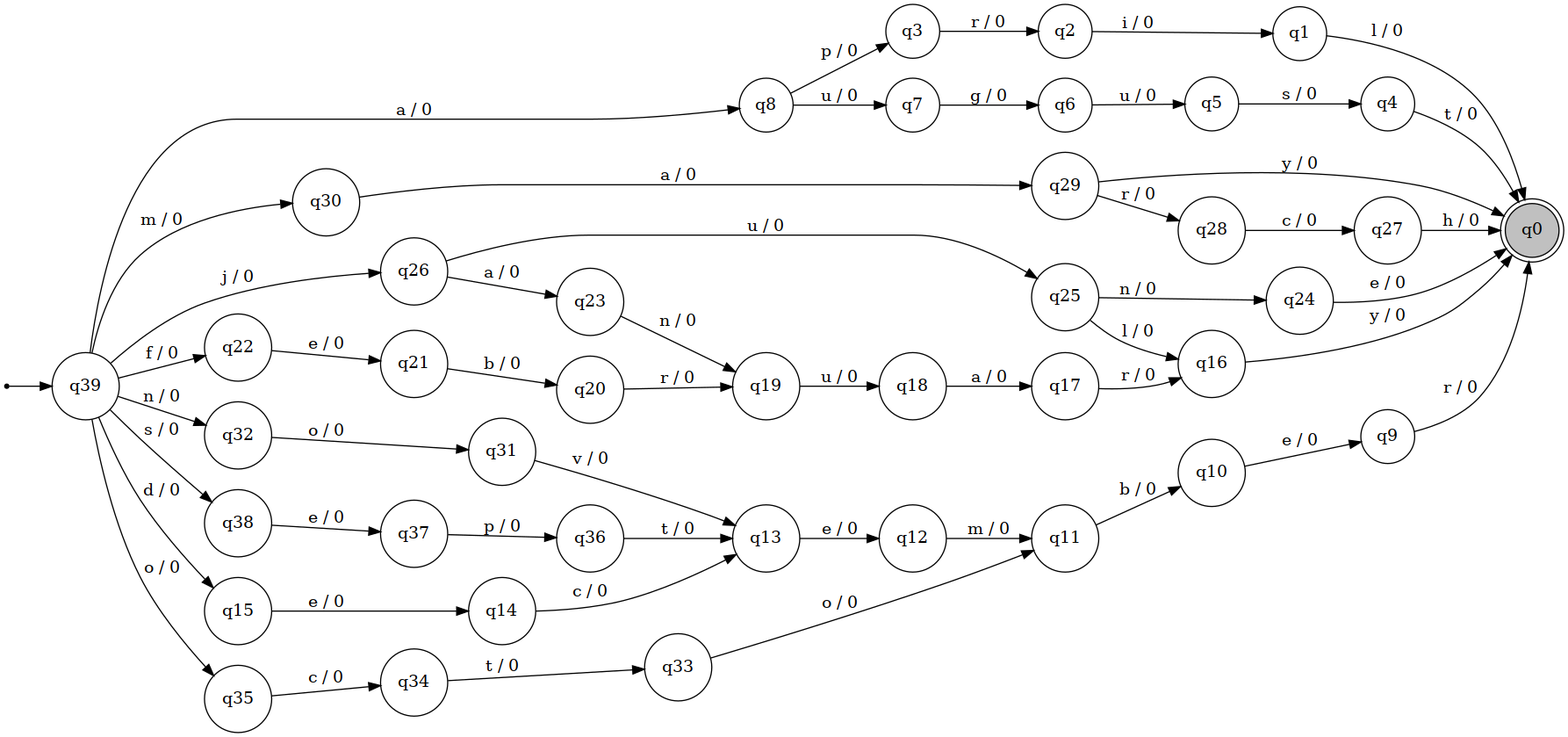
Earlier version of the Graphviz export graphs/poc_mast.png (lucasll37/CTC-34). Its source is kept beside it as graphs/graphViz/poc_mast.dot.
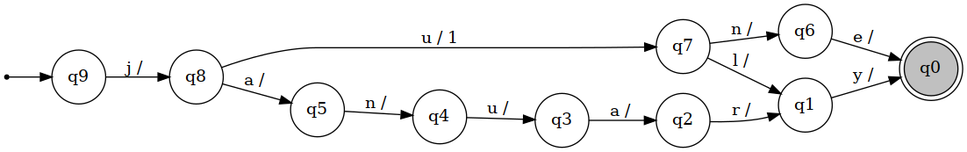
After the commit.

Diff of the diagram source:
```diff
@@ -3,97 +3,28 @@
 charset="utf8";
 node [shape=circle];
 ini [shape=point];
-ini -> q39;
-	q38 [label="q38"];
-	q37 [label="q37"];
-	q36 [label="q36"];
-	q31 [label="q31"];
+ini -> q9;
 	q9 [label="q9"];
-	q12 [label="q12"];
-	q13 [label="q13"];
-	q24 [label="q24"];
-	q10 [label="q10"];
 	q8 [label="q8"];
-	q29 [label="q29"];
+	q6 [label="q6"];
 	q7 [label="q7"];
-	q33 [label="q33"];
-	q6 [label="q6"];
 	q4 [label="q4"];
-	q32 [label="q32"];
+	q5 [label="q5"];
+	q3 [label="q3"];
 	q2 [label="q2"];
-	q14 [label="q14"];
-	q5 [label="q5"];
 	q1 [label="q1"];
 	q0 [label="q0"];
 	q0 [shape=doublecircle];
 	q0 [style=filled fillcolor=gray];
-	q27 [label="q27"];
-	q15 [label="q15"];
-	q16 [label="q16"];
-	q17 [label="q17"];
-	q30 [label="q30"];
-	q18 [label="q18"];
-	q26 [label="q26"];
-	q34 [label="q34"];
-	q3 [label="q3"];
-	q19 [label="q19"];
-	q20 [label="q20"];
-	q21 [label="q21"];
-	q22 [label="q22"];
-	q35 [label="q35"];
-	q23 [label="q23"];
-	q39 [label="q39"];
-	q11 [label="q11"];
-	q25 [label="q25"];
-	q28 [label="q28"];
-	q38 -> q37 [label="e / 0"];
-	q37 -> q36 [label="p / 0"];
-	q36 -> q13 [label="t / 0"];
-	q31 -> q13 [label="v / 0"];
-	q9 -> q0 [label="r / 0"];
-	q12 -> q11 [label="m / 0"];
-	q13 -> q12 [label="e / 0"];
-	q24 -> q0 [label="e / 0"];
-	q10 -> q9 [label="e / 0"];
-	q8 -> q3 [label="p / 0"];
-	q8 -> q7 [label="u / 0"];
-	q29 -> q28 [label="r / 0"];
-	q29 -> q0 [label="y / 0"];
-	q7 -> q6 [label="g / 0"];
-	q33 -> q11 [label="o / 0"];
-	q6 -> q5 [label="u / 0"];
-	q4 -> q0 [label="t / 0"];
-	q32 -> q31 [label="o / 0"];
-	q2 -> q1 [label="i / 0"];
-	q14 -> q13 [label="c / 0"];
-	q5 -> q4 [label="s / 0"];
-	q1 -> q0 [label="l / 0"];
-	q27 -> q0 [label="h / 0"];
-	q15 -> q14 [label="e / 0"];
-	q16 -> q0 [label="y / 0"];
-	q17 -> q16 [label="r / 0"];
-	q30 -> q29 [label="a / 0"];
-	q18 -> q17 [label="a / 0"];
-	q26 -> q23 [label="a / 0"];
-	q26 -> q25 [label="u / 0"];
-	q34 -> q33 [label="t / 0"];
-	q3 -> q2 [label="r / 0"];
-	q19 -> q18 [label="u / 0"];
-	q20 -> q19 [label="r / 0"];
-	q21 -> q20 [label="b / 0"];
-	q22 -> q21 [label="e / 0"];
-	q35 -> q34 [label="c / 0"];
-	q23 -> q19 [label="n / 0"];
-	q39 -> q8 [label="a / 0"];
-	q39 -> q32 [label="n / 0"];
-	q39 -> q15 [label="d / 0"];
-	q39 -> q22 [label="f / 0"];
-	q39 -> q38 [label="s / 0"];
-	q39 -> q26 [label="j / 0"];
-	q39 -> q30 [label="m / 0"];
-	q39 -> q35 [label="o / 0"];
-	q11 -> q10 [label="b / 0"];
-	q25 -> q16 [label="l / 0"];
-	q25 -> q24 [label="n / 0"];
-	q28 -> q27 [label="c / 0"];
+	q9 -> q8 [label="j / "];
+	q8 -> q5 [label="a / "];
+	q8 -> q7 [label="u / 1"];
+	q6 -> q0 [label="e / "];
+	q7 -> q1 [label="l / "];
+	q7 -> q6 [label="n / "];
+	q4 -> q3 [label="u / "];
+	q5 -> q4 [label="n / "];
+	q3 -> q2 [label="a / "];
+	q2 -> q1 [label="r / "];
+	q1 -> q0 [label="y / "];
 }
```
